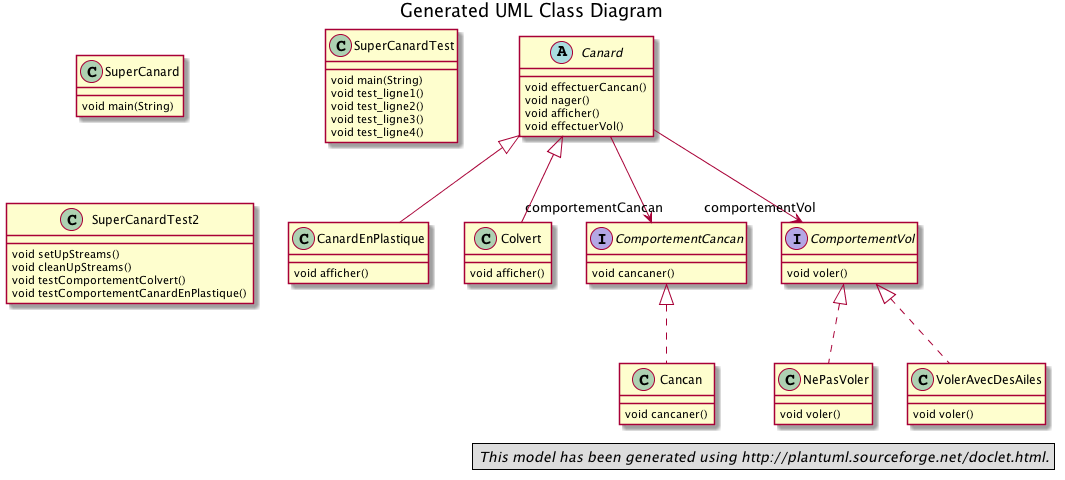
The PlantUML diagram src/java/TD1/model.png in IUT-Blagnac/cpoa, before a commit. The source it was exported from:
```plantuml
@startuml

hide empty members
hide empty methods

title Generated UML Class Diagram
legend right
  <i>This model has been generated using http://plantuml.sourceforge.net/doclet.html.</i>
endlegend


abstract Canard
class CanardEnPlastique
class Cancan
class Colvert
interface ComportementCancan
interface ComportementVol
class NePasVoler
class SuperCanard
class SuperCanardTest
class SuperCanardTest2
class VolerAvecDesAiles

Canard  --> "comportementVol" ComportementVol
Canard  --> "comportementCancan" ComportementCancan

ComportementVol : void voler()

Canard <|-- CanardEnPlastique
CanardEnPlastique : void afficher()

Canard : void effectuerCancan()
Canard : void nager()
Canard : void afficher()
Canard : void effectuerVol()

SuperCanard : void main(String)

ComportementCancan : void cancaner()

Canard <|-- Colvert
Colvert : void afficher()

ComportementCancan <|.. Cancan
Cancan : void cancaner()

ComportementVol <|.. VolerAvecDesAiles
VolerAvecDesAiles : void voler()

SuperCanardTest : void main(String)
SuperCanardTest : void test_ligne1()
SuperCanardTest : void test_ligne2()
SuperCanardTest : void test_ligne3()
SuperCanardTest : void test_ligne4()

SuperCanardTest2 : void setUpStreams()
SuperCanardTest2 : void cleanUpStreams()
SuperCanardTest2 : void testComportementColvert()
SuperCanardTest2 : void testComportementCanardEnPlastique()

ComportementVol <|.. NePasVoler
NePasVoler : void voler()

@enduml
```
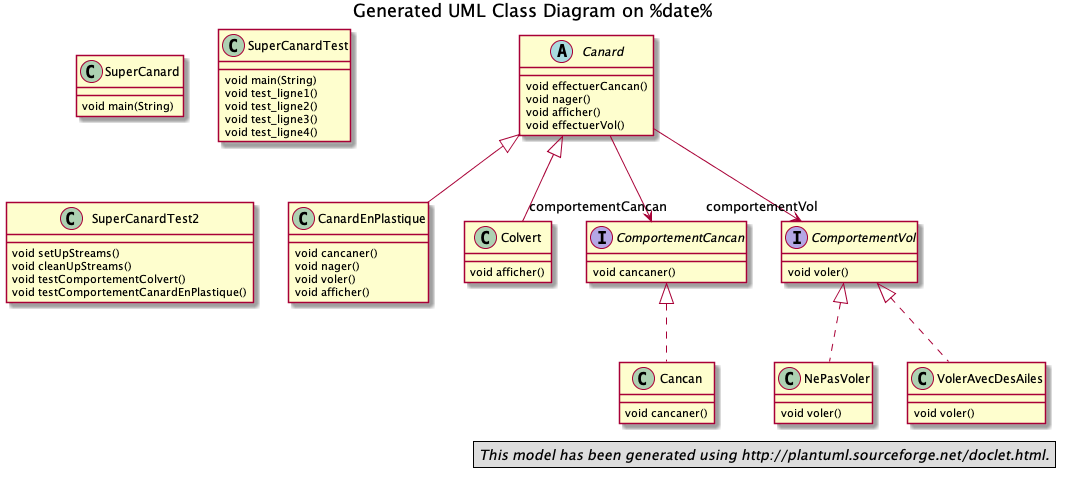
After the commit.

Change to the diagram source:
```diff
@@ -3,13 +3,14 @@
 hide empty members
 hide empty methods
 
-title Generated UML Class Diagram
+title Generated UML Class Diagram on %date%
 legend right
   <i>This model has been generated using http://plantuml.sourceforge.net/doclet.html.</i>
 endlegend
 
 
 abstract Canard
+class CanardEnPlastique
 class CanardEnPlastique
 class Cancan
 class Colvert
@@ -24,28 +25,14 @@
 Canard  --> "comportementVol" ComportementVol
 Canard  --> "comportementCancan" ComportementCancan
 
-ComportementVol : void voler()
-
-Canard <|-- CanardEnPlastique
-CanardEnPlastique : void afficher()
-
 Canard : void effectuerCancan()
 Canard : void nager()
 Canard : void afficher()
 Canard : void effectuerVol()
 
-SuperCanard : void main(String)
-
-ComportementCancan : void cancaner()
-
 Canard <|-- Colvert
 Colvert : void afficher()
 
-ComportementCancan <|.. Cancan
-Cancan : void cancaner()
-
-ComportementVol <|.. VolerAvecDesAiles
-VolerAvecDesAiles : void voler()
 
 SuperCanardTest : void main(String)
 SuperCanardTest : void test_ligne1()
@@ -58,7 +45,25 @@
 SuperCanardTest2 : void testComportementColvert()
 SuperCanardTest2 : void testComportementCanardEnPlastique()
 
+ComportementCancan : void cancaner()
+
 ComportementVol <|.. NePasVoler
 NePasVoler : void voler()
 
+ComportementVol <|.. VolerAvecDesAiles
+VolerAvecDesAiles : void voler()
+
+ComportementVol : void voler()
+
+ComportementCancan <|.. Cancan
+Cancan : void cancaner()
+
+SuperCanard : void main(String)
+
+Canard <|-- CanardEnPlastique
+CanardEnPlastique : void cancaner()
+CanardEnPlastique : void nager()
+CanardEnPlastique : void voler()
+CanardEnPlastique : void afficher()
+
 @enduml
```
